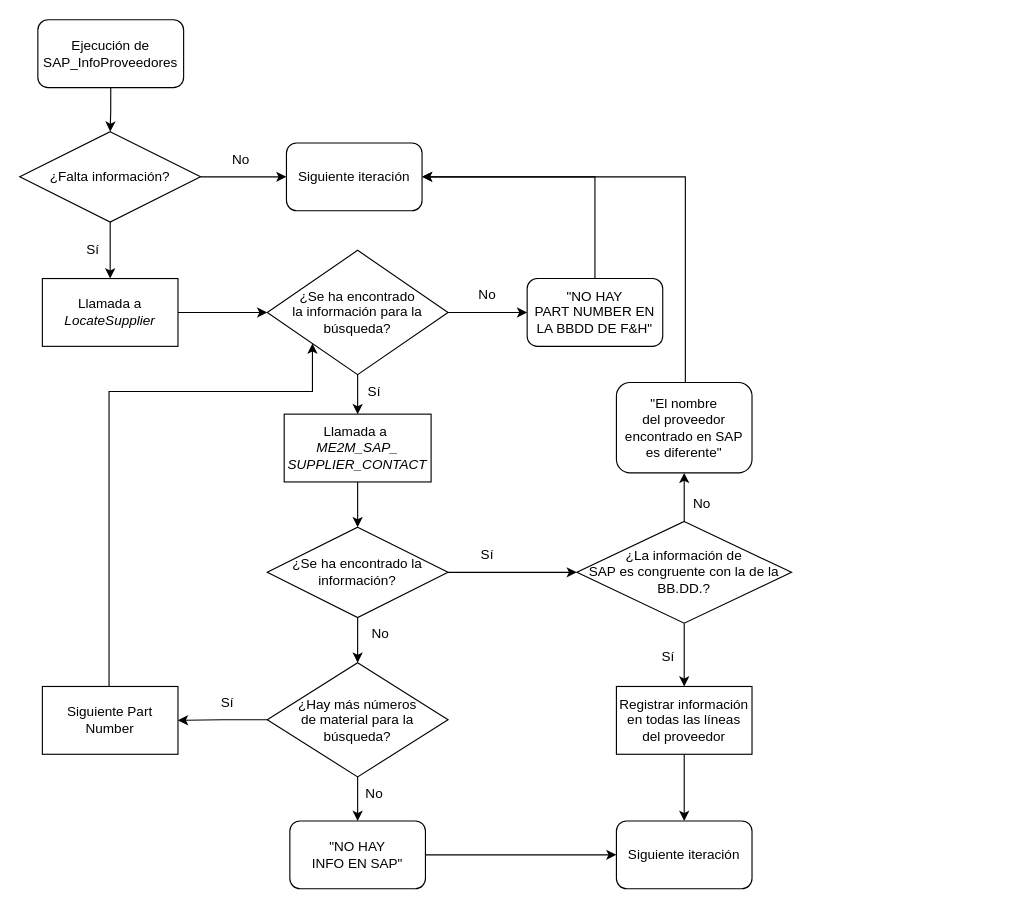
The draw.io diagram Contactos > SAP_InfoProveedores.drawio in CallejoSanzDavid/EN45545, before the edit. Source tidied: cells renumbered, new cells numbered last; positions are measured from the earlier drawing's top-left corner, leaving out a move shared by most shapes. Both pictures are drawn from the tidied source at 113%, with x=0, y=0 at pixel (19, 19).
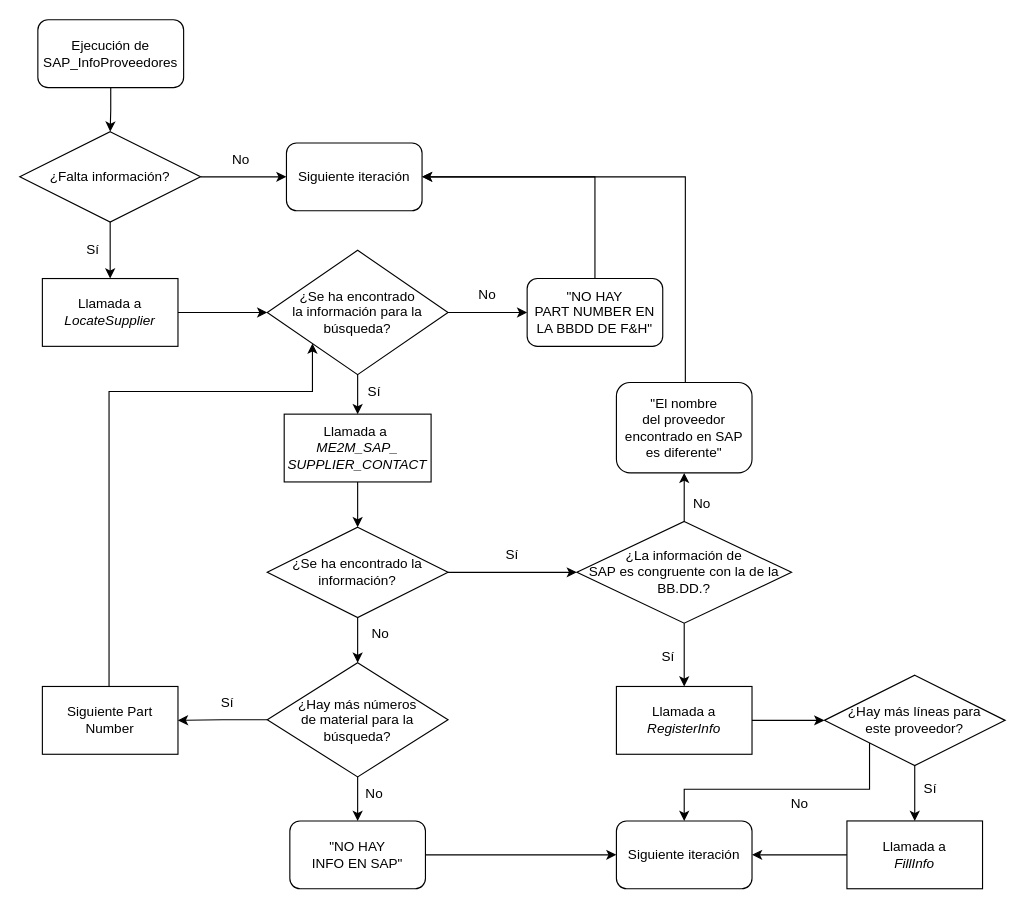
After the change.

The change refers to these unchanged cells:
```xml
<mxCell id="33" value="Siguiente iteración" style="rounded=1;whiteSpace=wrap;html=1;fontFamily=Helvetica;fontSize=12;" parent="1" vertex="1">
  <mxGeometry x="528" y="709" width="120" height="60" as="geometry" />
</mxCell>
```

The edit, as a diff of the source:
```diff
@@
     <mxCell id="32" value="Sí" style="text;html=1;strokeColor=none;fillColor=none;align=center;verticalAlign=middle;whiteSpace=wrap;rounded=0;" parent="1" vertex="1">
-      <mxGeometry x="399" y="459" width="30" height="30" as="geometry" />
+      <mxGeometry x="421" y="459" width="30" height="30" as="geometry" />
     </mxCell>
@@
-    <mxCell id="36" style="edgeStyle=orthogonalEdgeStyle;rounded=0;jettySize=auto;html=1;entryX=0.5;entryY=0;entryDx=0;entryDy=0;fontFamily=Helvetica;fontSize=12;" parent="1" edge="1" source="37" target="33">
-      <mxGeometry relative="1" as="geometry" />
-    </mxCell>
+    <mxCell id="45" style="edgeStyle=orthogonalEdgeStyle;rounded=0;jettySize=auto;html=1;entryX=0;entryY=0.5;entryDx=0;entryDy=0;" parent="1" edge="1" source="37" target="48">
+      <mxGeometry relative="1" as="geometry" />
+    </mxCell>
-    <mxCell id="37" value="Registrar información&lt;br&gt;en todas las líneas del proveedor" style="rounded=0;whiteSpace=wrap;html=1;fontFamily=Helvetica;fontSize=12;" parent="1" vertex="1">
+    <mxCell id="37" value="Llamada a&lt;br&gt;&lt;i&gt;RegisterInfo&lt;/i&gt;" style="rounded=0;whiteSpace=wrap;html=1;fontFamily=Helvetica;fontSize=12;" parent="1" vertex="1">
       <mxGeometry x="528" y="590" width="120" height="60" as="geometry" />
     </mxCell>
@@
+    <mxCell id="46" style="edgeStyle=orthogonalEdgeStyle;rounded=0;jettySize=auto;html=1;entryX=0.5;entryY=0;entryDx=0;entryDy=0;" parent="1" edge="1" source="48" target="50">
+      <mxGeometry relative="1" as="geometry" />
+    </mxCell>
+    <mxCell id="47" style="edgeStyle=orthogonalEdgeStyle;rounded=0;jettySize=auto;html=1;exitX=0;exitY=1;exitDx=0;exitDy=0;" parent="1" edge="1" source="48" target="33">
+      <mxGeometry relative="1" as="geometry">
+        <Array as="points">
+          <mxPoint x="752" y="681" />
+          <mxPoint x="588" y="681" />
+        </Array>
+      </mxGeometry>
+    </mxCell>
+    <mxCell id="48" value="¿Hay más líneas para &lt;br&gt;este proveedor?" style="rhombus;whiteSpace=wrap;html=1;" parent="1" vertex="1">
+      <mxGeometry x="712" y="580" width="160" height="80" as="geometry" />
+    </mxCell>
+    <mxCell id="49" style="edgeStyle=orthogonalEdgeStyle;rounded=0;jettySize=auto;html=1;entryX=1;entryY=0.5;entryDx=0;entryDy=0;" parent="1" edge="1" source="50" target="33">
+      <mxGeometry relative="1" as="geometry" />
+    </mxCell>
+    <mxCell id="50" value="Llamada a&lt;br&gt;&lt;i&gt;FillInfo&lt;/i&gt;" style="rounded=0;whiteSpace=wrap;html=1;fontFamily=Helvetica;fontSize=12;" parent="1" vertex="1">
+      <mxGeometry x="732" y="709" width="120" height="60" as="geometry" />
+    </mxCell>
+    <mxCell id="51" value="No" style="text;html=1;align=center;verticalAlign=middle;strokeColor=none;fillColor=none;fontSize=12;fontFamily=Helvetica;" parent="1" vertex="1">
+      <mxGeometry x="670" y="679" width="40" height="30" as="geometry" />
+    </mxCell>
+    <mxCell id="52" value="Sí" style="text;html=1;strokeColor=none;fillColor=none;align=center;verticalAlign=middle;whiteSpace=wrap;rounded=0;" parent="1" vertex="1">
+      <mxGeometry x="791" y="666" width="30" height="30" as="geometry" />
+    </mxCell>
```
